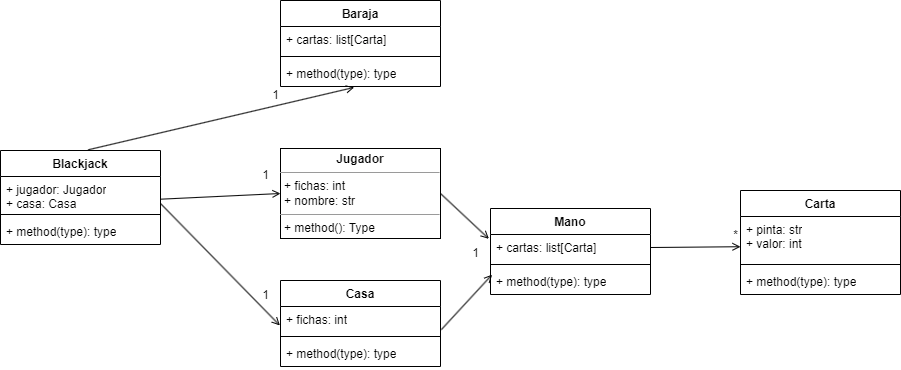
This is uml.drawio.png from SebasRussi/Actividadderepaso, a draw.io export, as it was before one commit. Source tidied: cells renumbered, new cells last; positions are measured from the earlier drawing's top-left corner, leaving out a move shared by most shapes. Its diagram source:
```xml
<mxGraphModel>
  <root>
    <mxCell id="0" />
    <mxCell id="1" parent="0" />
    <mxCell id="2" value="&lt;p style=&quot;margin:0px;margin-top:4px;text-align:center;&quot;&gt;&lt;b&gt;Jugador&lt;/b&gt;&lt;/p&gt;&lt;hr size=&quot;1&quot;&gt;&lt;p style=&quot;margin:0px;margin-left:4px;&quot;&gt;+ fichas: int&lt;/p&gt;&lt;p style=&quot;margin:0px;margin-left:4px;&quot;&gt;+ nombre: str&lt;/p&gt;&lt;hr size=&quot;1&quot;&gt;&lt;p style=&quot;margin:0px;margin-left:4px;&quot;&gt;+ method(): Type&lt;/p&gt;" style="verticalAlign=top;align=left;overflow=fill;fontSize=12;fontFamily=Helvetica;html=1;whiteSpace=wrap;" parent="1" vertex="1">
      <mxGeometry x="280" y="148" width="160" height="90" as="geometry" />
    </mxCell>
    <mxCell id="3" value="Blackjack" style="swimlane;fontStyle=1;align=center;verticalAlign=top;horizontal=1;startSize=26;whiteSpace=wrap;html=1;" parent="1" vertex="1">
      <mxGeometry y="150" width="160" height="94" as="geometry" />
    </mxCell>
    <mxCell id="4" value="+ jugador: Jugador&lt;br&gt;+ casa: Casa" style="text;strokeColor=none;fillColor=none;align=left;verticalAlign=top;spacingLeft=4;spacingRight=4;overflow=hidden;points=[[0,0.5],[1,0.5]];portConstraint=eastwest;whiteSpace=wrap;html=1;" parent="3" vertex="1">
      <mxGeometry y="26" width="160" height="34" as="geometry" />
    </mxCell>
    <mxCell id="5" style="line;strokeWidth=1;fillColor=none;align=left;verticalAlign=middle;spacingTop=-1;spacingLeft=3;spacingRight=3;labelPosition=right;strokeColor=inherit;" parent="3" vertex="1">
      <mxGeometry y="60" width="160" height="8" as="geometry" />
    </mxCell>
    <mxCell id="6" value="+ method(type): type" style="text;strokeColor=none;fillColor=none;align=left;verticalAlign=top;spacingLeft=4;spacingRight=4;overflow=hidden;whiteSpace=wrap;html=1;" parent="3" vertex="1">
      <mxGeometry y="68" width="160" height="26" as="geometry" />
    </mxCell>
    <mxCell id="7" value="Carta" style="swimlane;fontStyle=1;align=center;verticalAlign=top;horizontal=1;startSize=26;whiteSpace=wrap;html=1;" parent="1" vertex="1">
      <mxGeometry x="740" y="190" width="160" height="104" as="geometry" />
    </mxCell>
    <mxCell id="8" value="+ pinta: str&lt;br&gt;+ valor: int" style="text;strokeColor=none;fillColor=none;align=left;verticalAlign=top;spacingLeft=4;spacingRight=4;overflow=hidden;points=[[0,0.5],[1,0.5]];portConstraint=eastwest;whiteSpace=wrap;html=1;" parent="7" vertex="1">
      <mxGeometry y="26" width="160" height="44" as="geometry" />
    </mxCell>
    <mxCell id="9" style="line;strokeWidth=1;fillColor=none;align=left;verticalAlign=middle;spacingTop=-1;spacingLeft=3;spacingRight=3;labelPosition=right;strokeColor=inherit;" parent="7" vertex="1">
      <mxGeometry y="70" width="160" height="8" as="geometry" />
    </mxCell>
    <mxCell id="10" value="+ method(type): type" style="text;strokeColor=none;fillColor=none;align=left;verticalAlign=top;spacingLeft=4;spacingRight=4;overflow=hidden;whiteSpace=wrap;html=1;" parent="7" vertex="1">
      <mxGeometry y="78" width="160" height="26" as="geometry" />
    </mxCell>
    <mxCell id="11" value="Casa" style="swimlane;fontStyle=1;align=center;verticalAlign=top;horizontal=1;startSize=26;whiteSpace=wrap;html=1;" parent="1" vertex="1">
      <mxGeometry x="280" y="280" width="160" height="86" as="geometry" />
    </mxCell>
    <mxCell id="12" value="+ fichas: int" style="text;strokeColor=none;fillColor=none;align=left;verticalAlign=top;spacingLeft=4;spacingRight=4;overflow=hidden;points=[[0,0.5],[1,0.5]];portConstraint=eastwest;whiteSpace=wrap;html=1;" parent="11" vertex="1">
      <mxGeometry y="26" width="160" height="26" as="geometry" />
    </mxCell>
    <mxCell id="13" style="line;strokeWidth=1;fillColor=none;align=left;verticalAlign=middle;spacingTop=-1;spacingLeft=3;spacingRight=3;labelPosition=right;strokeColor=inherit;" parent="11" vertex="1">
      <mxGeometry y="52" width="160" height="8" as="geometry" />
    </mxCell>
    <mxCell id="14" value="+ method(type): type" style="text;strokeColor=none;fillColor=none;align=left;verticalAlign=top;spacingLeft=4;spacingRight=4;overflow=hidden;points=[[0,0.5],[1,0.5]];portConstraint=eastwest;whiteSpace=wrap;html=1;" parent="11" vertex="1">
      <mxGeometry y="60" width="160" height="26" as="geometry" />
    </mxCell>
    <mxCell id="15" value="Mano" style="swimlane;fontStyle=1;align=center;verticalAlign=top;horizontal=1;startSize=26;whiteSpace=wrap;html=1;" parent="1" vertex="1">
      <mxGeometry x="490" y="208" width="160" height="86" as="geometry" />
    </mxCell>
    <mxCell id="16" value="+ cartas: list[Carta]" style="text;strokeColor=none;fillColor=none;align=left;verticalAlign=top;spacingLeft=4;spacingRight=4;overflow=hidden;points=[[0,0.5],[1,0.5]];portConstraint=eastwest;whiteSpace=wrap;html=1;" parent="15" vertex="1">
      <mxGeometry y="26" width="160" height="26" as="geometry" />
    </mxCell>
    <mxCell id="17" style="line;strokeWidth=1;fillColor=none;align=left;verticalAlign=middle;spacingTop=-1;spacingLeft=3;spacingRight=3;labelPosition=right;strokeColor=inherit;" parent="15" vertex="1">
      <mxGeometry y="52" width="160" height="8" as="geometry" />
    </mxCell>
    <mxCell id="18" value="+ method(type): type" style="text;strokeColor=none;fillColor=none;align=left;verticalAlign=top;spacingLeft=4;spacingRight=4;overflow=hidden;points=[[0,0.5],[1,0.5]];portConstraint=eastwest;whiteSpace=wrap;html=1;" parent="15" vertex="1">
      <mxGeometry y="60" width="160" height="26" as="geometry" />
    </mxCell>
    <mxCell id="19" value="Baraja" style="swimlane;fontStyle=1;align=center;verticalAlign=top;horizontal=1;startSize=26;whiteSpace=wrap;html=1;" parent="1" vertex="1">
      <mxGeometry x="280" width="160" height="86" as="geometry" />
    </mxCell>
    <mxCell id="20" value="+ cartas: list[Carta]" style="text;strokeColor=none;fillColor=none;align=left;verticalAlign=top;spacingLeft=4;spacingRight=4;overflow=hidden;points=[[0,0.5],[1,0.5]];portConstraint=eastwest;whiteSpace=wrap;html=1;" parent="19" vertex="1">
      <mxGeometry y="26" width="160" height="26" as="geometry" />
    </mxCell>
    <mxCell id="21" style="line;strokeWidth=1;fillColor=none;align=left;verticalAlign=middle;spacingTop=-1;spacingLeft=3;spacingRight=3;labelPosition=right;strokeColor=inherit;" parent="19" vertex="1">
      <mxGeometry y="52" width="160" height="8" as="geometry" />
    </mxCell>
    <mxCell id="22" value="+ method(type): type" style="text;strokeColor=none;fillColor=none;align=left;verticalAlign=top;spacingLeft=4;spacingRight=4;overflow=hidden;points=[[0,0.5],[1,0.5]];portConstraint=eastwest;whiteSpace=wrap;html=1;" parent="19" vertex="1">
      <mxGeometry y="60" width="160" height="26" as="geometry" />
    </mxCell>
    <mxCell id="23" style="endArrow=open;html=1;rounded=0;endFill=0;exitX=1;exitY=0.5;exitDx=0;exitDy=0;entryX=0;entryY=0.687;entryDx=0;entryDy=0;entryPerimeter=0;" parent="1" edge="1" source="16" target="8">
      <mxGeometry relative="1" as="geometry" />
    </mxCell>
    <mxCell id="24" style="endArrow=open;html=1;rounded=0;endFill=0;exitX=1.002;exitY=0.667;exitDx=0;exitDy=0;exitPerimeter=0;entryX=0;entryY=0.5;entryDx=0;entryDy=0;" parent="1" edge="1" source="4" target="2">
      <mxGeometry relative="1" as="geometry" />
    </mxCell>
    <mxCell id="25" style="endArrow=open;html=1;rounded=0;endFill=0;exitX=1.002;exitY=0.667;exitDx=0;exitDy=0;exitPerimeter=0;entryX=-0.004;entryY=0.729;entryDx=0;entryDy=0;entryPerimeter=0;" parent="1" edge="1" target="12">
      <mxGeometry relative="1" as="geometry">
        <mxPoint x="160" y="203" as="sourcePoint" />
      </mxGeometry>
    </mxCell>
    <mxCell id="26" value="*" style="text;html=1;align=center;verticalAlign=middle;strokeColor=none;fillColor=none;" parent="1" vertex="1">
      <mxGeometry x="720" y="220" width="30" height="30" as="geometry" />
    </mxCell>
    <mxCell id="27" style="endArrow=open;html=1;rounded=0;endFill=0;exitX=0.547;exitY=-0.007;exitDx=0;exitDy=0;exitPerimeter=0;entryX=0.461;entryY=1.034;entryDx=0;entryDy=0;entryPerimeter=0;" parent="1" edge="1" source="3" target="22">
      <mxGeometry relative="1" as="geometry" />
    </mxCell>
    <mxCell id="28" style="endArrow=open;html=1;rounded=0;endFill=0;exitX=1;exitY=0.5;exitDx=0;exitDy=0;entryX=-0.01;entryY=0.167;entryDx=0;entryDy=0;entryPerimeter=0;" parent="1" edge="1" source="2" target="16">
      <mxGeometry relative="1" as="geometry" />
    </mxCell>
    <mxCell id="29" style="endArrow=open;html=1;rounded=0;endFill=0;exitX=1.005;exitY=0.891;exitDx=0;exitDy=0;exitPerimeter=0;entryX=0.01;entryY=0.237;entryDx=0;entryDy=0;entryPerimeter=0;" parent="1" edge="1" source="12" target="18">
      <mxGeometry relative="1" as="geometry" />
    </mxCell>
    <mxCell id="30" value="1" style="text;html=1;align=center;verticalAlign=middle;strokeColor=none;fillColor=none;" parent="1" vertex="1">
      <mxGeometry x="260" y="80" width="30" height="30" as="geometry" />
    </mxCell>
    <mxCell id="31" value="1" style="text;html=1;align=center;verticalAlign=middle;strokeColor=none;fillColor=none;" parent="1" vertex="1">
      <mxGeometry x="250" y="160" width="30" height="30" as="geometry" />
    </mxCell>
    <mxCell id="32" value="1" style="text;html=1;align=center;verticalAlign=middle;strokeColor=none;fillColor=none;" parent="1" vertex="1">
      <mxGeometry x="250" y="280" width="30" height="30" as="geometry" />
    </mxCell>
    <mxCell id="33" value="1" style="text;html=1;align=center;verticalAlign=middle;strokeColor=none;fillColor=none;" parent="1" vertex="1">
      <mxGeometry x="460" y="238" width="30" height="30" as="geometry" />
    </mxCell>
  </root>
</mxGraphModel>
```
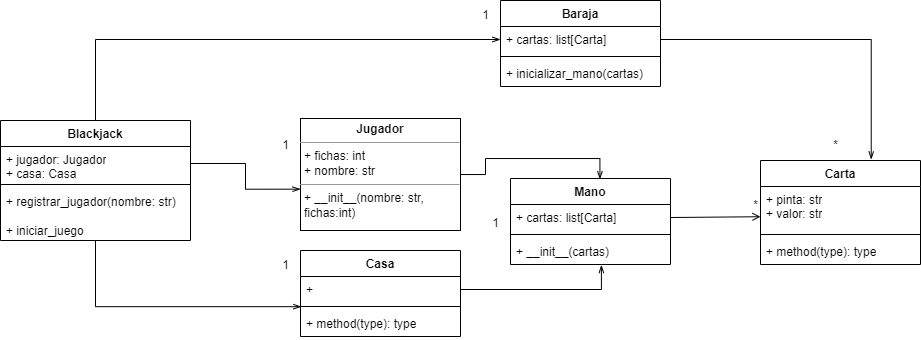
The same file after the commit.

Diff of the diagram source:
```diff
@@ -2,25 +2,34 @@
   <root>
     <mxCell id="0" />
     <mxCell id="1" parent="0" />
+    <mxCell id="34" style="edgeStyle=orthogonalEdgeStyle;rounded=0;jettySize=auto;html=1;entryX=0.559;entryY=0.009;entryDx=0;entryDy=0;entryPerimeter=0;endArrow=openThin;endFill=0;" parent="1" edge="1" source="2" target="15">
+      <mxGeometry relative="1" as="geometry" />
+    </mxCell>
-    <mxCell id="2" value="&lt;p style=&quot;margin:0px;margin-top:4px;text-align:center;&quot;&gt;&lt;b&gt;Jugador&lt;/b&gt;&lt;/p&gt;&lt;hr size=&quot;1&quot;&gt;&lt;p style=&quot;margin:0px;margin-left:4px;&quot;&gt;+ fichas: int&lt;/p&gt;&lt;p style=&quot;margin:0px;margin-left:4px;&quot;&gt;+ nombre: str&lt;/p&gt;&lt;hr size=&quot;1&quot;&gt;&lt;p style=&quot;margin:0px;margin-left:4px;&quot;&gt;+ method(): Type&lt;/p&gt;" style="verticalAlign=top;align=left;overflow=fill;fontSize=12;fontFamily=Helvetica;html=1;whiteSpace=wrap;" parent="1" vertex="1">
-      <mxGeometry x="280" y="148" width="160" height="90" as="geometry" />
+    <mxCell id="2" value="&lt;p style=&quot;margin:0px;margin-top:4px;text-align:center;&quot;&gt;&lt;b&gt;Jugador&lt;/b&gt;&lt;/p&gt;&lt;hr size=&quot;1&quot;&gt;&lt;p style=&quot;margin:0px;margin-left:4px;&quot;&gt;+ fichas: int&lt;/p&gt;&lt;p style=&quot;margin:0px;margin-left:4px;&quot;&gt;+ nombre: str&lt;/p&gt;&lt;hr size=&quot;1&quot;&gt;&lt;p style=&quot;margin:0px;margin-left:4px;&quot;&gt;+ __init__(nombre: str, fichas:int)&lt;/p&gt;" style="verticalAlign=top;align=left;overflow=fill;fontSize=12;fontFamily=Helvetica;html=1;whiteSpace=wrap;" parent="1" vertex="1">
+      <mxGeometry x="280" y="148" width="160" height="112" as="geometry" />
     </mxCell>
+    <mxCell id="35" style="edgeStyle=orthogonalEdgeStyle;rounded=0;jettySize=auto;html=1;entryX=0.005;entryY=-0.147;entryDx=0;entryDy=0;entryPerimeter=0;endArrow=openThin;endFill=0;" parent="1" edge="1" source="3" target="14">
+      <mxGeometry relative="1" as="geometry" />
+    </mxCell>
+    <mxCell id="36" style="edgeStyle=orthogonalEdgeStyle;rounded=0;jettySize=auto;html=1;entryX=0;entryY=0.5;entryDx=0;entryDy=0;endArrow=openThin;endFill=0;" parent="1" edge="1" source="3" target="20">
+      <mxGeometry relative="1" as="geometry" />
+    </mxCell>
     <mxCell id="3" value="Blackjack" style="swimlane;fontStyle=1;align=center;verticalAlign=top;horizontal=1;startSize=26;whiteSpace=wrap;html=1;" parent="1" vertex="1">
-      <mxGeometry y="150" width="160" height="94" as="geometry" />
+      <mxGeometry x="-20" y="150" width="190" height="120" as="geometry" />
     </mxCell>
     <mxCell id="4" value="+ jugador: Jugador&lt;br&gt;+ casa: Casa" style="text;strokeColor=none;fillColor=none;align=left;verticalAlign=top;spacingLeft=4;spacingRight=4;overflow=hidden;points=[[0,0.5],[1,0.5]];portConstraint=eastwest;whiteSpace=wrap;html=1;" parent="3" vertex="1">
-      <mxGeometry y="26" width="160" height="34" as="geometry" />
+      <mxGeometry y="26" width="190" height="34" as="geometry" />
     </mxCell>
     <mxCell id="5" style="line;strokeWidth=1;fillColor=none;align=left;verticalAlign=middle;spacingTop=-1;spacingLeft=3;spacingRight=3;labelPosition=right;strokeColor=inherit;" parent="3" vertex="1">
-      <mxGeometry y="60" width="160" height="8" as="geometry" />
+      <mxGeometry y="60" width="190" height="8" as="geometry" />
     </mxCell>
-    <mxCell id="6" value="+ method(type): type" style="text;strokeColor=none;fillColor=none;align=left;verticalAlign=top;spacingLeft=4;spacingRight=4;overflow=hidden;whiteSpace=wrap;html=1;" parent="3" vertex="1">
-      <mxGeometry y="68" width="160" height="26" as="geometry" />
+    <mxCell id="6" value="+ registrar_jugador(nombre: str)&lt;br&gt;&lt;br&gt;+ iniciar_juego" style="text;strokeColor=none;fillColor=none;align=left;verticalAlign=top;spacingLeft=4;spacingRight=4;overflow=hidden;whiteSpace=wrap;html=1;" parent="3" vertex="1">
+      <mxGeometry y="68" width="190" height="52" as="geometry" />
     </mxCell>
     <mxCell id="7" value="Carta" style="swimlane;fontStyle=1;align=center;verticalAlign=top;horizontal=1;startSize=26;whiteSpace=wrap;html=1;" parent="1" vertex="1">
       <mxGeometry x="740" y="190" width="160" height="104" as="geometry" />
     </mxCell>
-    <mxCell id="8" value="+ pinta: str&lt;br&gt;+ valor: int" style="text;strokeColor=none;fillColor=none;align=left;verticalAlign=top;spacingLeft=4;spacingRight=4;overflow=hidden;points=[[0,0.5],[1,0.5]];portConstraint=eastwest;whiteSpace=wrap;html=1;" parent="7" vertex="1">
+    <mxCell id="8" value="+ pinta: str&lt;br&gt;+ valor: str" style="text;strokeColor=none;fillColor=none;align=left;verticalAlign=top;spacingLeft=4;spacingRight=4;overflow=hidden;points=[[0,0.5],[1,0.5]];portConstraint=eastwest;whiteSpace=wrap;html=1;" parent="7" vertex="1">
       <mxGeometry y="26" width="160" height="44" as="geometry" />
     </mxCell>
     <mxCell id="9" style="line;strokeWidth=1;fillColor=none;align=left;verticalAlign=middle;spacingTop=-1;spacingLeft=3;spacingRight=3;labelPosition=right;strokeColor=inherit;" parent="7" vertex="1">
@@ -32,7 +41,7 @@
     <mxCell id="11" value="Casa" style="swimlane;fontStyle=1;align=center;verticalAlign=top;horizontal=1;startSize=26;whiteSpace=wrap;html=1;" parent="1" vertex="1">
       <mxGeometry x="280" y="280" width="160" height="86" as="geometry" />
     </mxCell>
-    <mxCell id="12" value="+ fichas: int" style="text;strokeColor=none;fillColor=none;align=left;verticalAlign=top;spacingLeft=4;spacingRight=4;overflow=hidden;points=[[0,0.5],[1,0.5]];portConstraint=eastwest;whiteSpace=wrap;html=1;" parent="11" vertex="1">
+    <mxCell id="12" value="+&amp;nbsp;&lt;br&gt;&lt;br&gt;&lt;br&gt;" style="text;strokeColor=none;fillColor=none;align=left;verticalAlign=top;spacingLeft=4;spacingRight=4;overflow=hidden;points=[[0,0.5],[1,0.5]];portConstraint=eastwest;whiteSpace=wrap;html=1;" parent="11" vertex="1">
       <mxGeometry y="26" width="160" height="26" as="geometry" />
     </mxCell>
     <mxCell id="13" style="line;strokeWidth=1;fillColor=none;align=left;verticalAlign=middle;spacingTop=-1;spacingLeft=3;spacingRight=3;labelPosition=right;strokeColor=inherit;" parent="11" vertex="1">
@@ -50,11 +59,11 @@
     <mxCell id="17" style="line;strokeWidth=1;fillColor=none;align=left;verticalAlign=middle;spacingTop=-1;spacingLeft=3;spacingRight=3;labelPosition=right;strokeColor=inherit;" parent="15" vertex="1">
       <mxGeometry y="52" width="160" height="8" as="geometry" />
     </mxCell>
-    <mxCell id="18" value="+ method(type): type" style="text;strokeColor=none;fillColor=none;align=left;verticalAlign=top;spacingLeft=4;spacingRight=4;overflow=hidden;points=[[0,0.5],[1,0.5]];portConstraint=eastwest;whiteSpace=wrap;html=1;" parent="15" vertex="1">
+    <mxCell id="18" value="+ __init__(cartas)" style="text;strokeColor=none;fillColor=none;align=left;verticalAlign=top;spacingLeft=4;spacingRight=4;overflow=hidden;points=[[0,0.5],[1,0.5]];portConstraint=eastwest;whiteSpace=wrap;html=1;" parent="15" vertex="1">
       <mxGeometry y="60" width="160" height="26" as="geometry" />
     </mxCell>
     <mxCell id="19" value="Baraja" style="swimlane;fontStyle=1;align=center;verticalAlign=top;horizontal=1;startSize=26;whiteSpace=wrap;html=1;" parent="1" vertex="1">
-      <mxGeometry x="280" width="160" height="86" as="geometry" />
+      <mxGeometry x="480" y="30" width="160" height="86" as="geometry" />
     </mxCell>
     <mxCell id="20" value="+ cartas: list[Carta]" style="text;strokeColor=none;fillColor=none;align=left;verticalAlign=top;spacingLeft=4;spacingRight=4;overflow=hidden;points=[[0,0.5],[1,0.5]];portConstraint=eastwest;whiteSpace=wrap;html=1;" parent="19" vertex="1">
       <mxGeometry y="26" width="160" height="26" as="geometry" />
@@ -62,34 +71,17 @@
     <mxCell id="21" style="line;strokeWidth=1;fillColor=none;align=left;verticalAlign=middle;spacingTop=-1;spacingLeft=3;spacingRight=3;labelPosition=right;strokeColor=inherit;" parent="19" vertex="1">
       <mxGeometry y="52" width="160" height="8" as="geometry" />
     </mxCell>
-    <mxCell id="22" value="+ method(type): type" style="text;strokeColor=none;fillColor=none;align=left;verticalAlign=top;spacingLeft=4;spacingRight=4;overflow=hidden;points=[[0,0.5],[1,0.5]];portConstraint=eastwest;whiteSpace=wrap;html=1;" parent="19" vertex="1">
+    <mxCell id="22" value="+ inicializar_mano(cartas)" style="text;strokeColor=none;fillColor=none;align=left;verticalAlign=top;spacingLeft=4;spacingRight=4;overflow=hidden;points=[[0,0.5],[1,0.5]];portConstraint=eastwest;whiteSpace=wrap;html=1;" parent="19" vertex="1">
       <mxGeometry y="60" width="160" height="26" as="geometry" />
     </mxCell>
     <mxCell id="23" style="endArrow=open;html=1;rounded=0;endFill=0;exitX=1;exitY=0.5;exitDx=0;exitDy=0;entryX=0;entryY=0.687;entryDx=0;entryDy=0;entryPerimeter=0;" parent="1" edge="1" source="16" target="8">
       <mxGeometry relative="1" as="geometry" />
     </mxCell>
-    <mxCell id="24" style="endArrow=open;html=1;rounded=0;endFill=0;exitX=1.002;exitY=0.667;exitDx=0;exitDy=0;exitPerimeter=0;entryX=0;entryY=0.5;entryDx=0;entryDy=0;" parent="1" edge="1" source="4" target="2">
-      <mxGeometry relative="1" as="geometry" />
-    </mxCell>
-    <mxCell id="25" style="endArrow=open;html=1;rounded=0;endFill=0;exitX=1.002;exitY=0.667;exitDx=0;exitDy=0;exitPerimeter=0;entryX=-0.004;entryY=0.729;entryDx=0;entryDy=0;entryPerimeter=0;" parent="1" edge="1" target="12">
-      <mxGeometry relative="1" as="geometry">
-        <mxPoint x="160" y="203" as="sourcePoint" />
-      </mxGeometry>
-    </mxCell>
     <mxCell id="26" value="*" style="text;html=1;align=center;verticalAlign=middle;strokeColor=none;fillColor=none;" parent="1" vertex="1">
       <mxGeometry x="720" y="220" width="30" height="30" as="geometry" />
     </mxCell>
-    <mxCell id="27" style="endArrow=open;html=1;rounded=0;endFill=0;exitX=0.547;exitY=-0.007;exitDx=0;exitDy=0;exitPerimeter=0;entryX=0.461;entryY=1.034;entryDx=0;entryDy=0;entryPerimeter=0;" parent="1" edge="1" source="3" target="22">
-      <mxGeometry relative="1" as="geometry" />
-    </mxCell>
-    <mxCell id="28" style="endArrow=open;html=1;rounded=0;endFill=0;exitX=1;exitY=0.5;exitDx=0;exitDy=0;entryX=-0.01;entryY=0.167;entryDx=0;entryDy=0;entryPerimeter=0;" parent="1" edge="1" source="2" target="16">
-      <mxGeometry relative="1" as="geometry" />
-    </mxCell>
-    <mxCell id="29" style="endArrow=open;html=1;rounded=0;endFill=0;exitX=1.005;exitY=0.891;exitDx=0;exitDy=0;exitPerimeter=0;entryX=0.01;entryY=0.237;entryDx=0;entryDy=0;entryPerimeter=0;" parent="1" edge="1" source="12" target="18">
-      <mxGeometry relative="1" as="geometry" />
-    </mxCell>
     <mxCell id="30" value="1" style="text;html=1;align=center;verticalAlign=middle;strokeColor=none;fillColor=none;" parent="1" vertex="1">
-      <mxGeometry x="260" y="80" width="30" height="30" as="geometry" />
+      <mxGeometry x="450" y="30" width="30" height="30" as="geometry" />
     </mxCell>
     <mxCell id="31" value="1" style="text;html=1;align=center;verticalAlign=middle;strokeColor=none;fillColor=none;" parent="1" vertex="1">
       <mxGeometry x="250" y="160" width="30" height="30" as="geometry" />
@@ -100,5 +92,17 @@
     <mxCell id="33" value="1" style="text;html=1;align=center;verticalAlign=middle;strokeColor=none;fillColor=none;" parent="1" vertex="1">
       <mxGeometry x="460" y="238" width="30" height="30" as="geometry" />
     </mxCell>
+    <mxCell id="37" value="*" style="text;html=1;align=center;verticalAlign=middle;strokeColor=none;fillColor=none;" parent="1" vertex="1">
+      <mxGeometry x="800" y="160" width="30" height="30" as="geometry" />
+    </mxCell>
+    <mxCell id="24" style="edgeStyle=orthogonalEdgeStyle;rounded=0;jettySize=auto;html=1;entryX=0;entryY=0.631;entryDx=0;entryDy=0;entryPerimeter=0;endArrow=openThin;endFill=0;" parent="1" edge="1" source="4" target="2">
+      <mxGeometry relative="1" as="geometry" />
+    </mxCell>
+    <mxCell id="29" style="edgeStyle=orthogonalEdgeStyle;rounded=0;jettySize=auto;html=1;entryX=0.568;entryY=1.019;entryDx=0;entryDy=0;entryPerimeter=0;endArrow=openThin;endFill=0;" parent="1" edge="1" source="12" target="18">
+      <mxGeometry relative="1" as="geometry" />
+    </mxCell>
+    <mxCell id="38" style="edgeStyle=orthogonalEdgeStyle;rounded=0;jettySize=auto;html=1;entryX=0.692;entryY=-0.01;entryDx=0;entryDy=0;entryPerimeter=0;endArrow=openThin;endFill=0;" parent="1" edge="1" source="20" target="7">
+      <mxGeometry relative="1" as="geometry" />
+    </mxCell>
   </root>
 </mxGraphModel>
```
